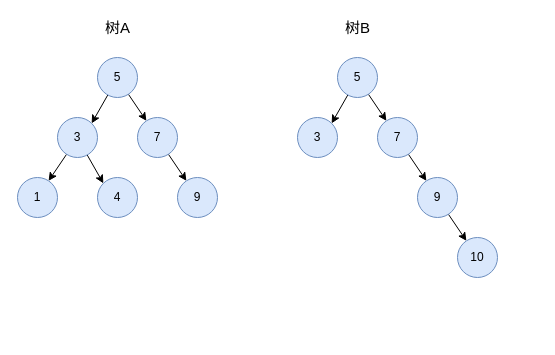
zero-97/picture-of-the-article keeps this draw.io diagram as MySQL 的 B+Tree/MySQL 的 B+Tree.drawio. Above is the earlier version. Source tidied: cells renumbered, new cells numbered last; positions are measured from the earlier drawing's top-left corner, leaving out a move shared by most shapes. Both pictures are drawn from the tidied source at 100%, with x=0, y=0 at pixel (17, 17).
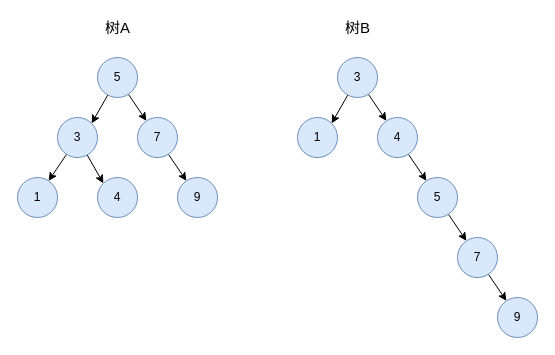
Above is the later version.

What changed in the source:
```diff
@@
-    <mxCell id="15" value="5" style="ellipse;whiteSpace=wrap;html=1;fillColor=#dae8fc;strokeColor=#6c8ebf;" parent="1" vertex="1">
+    <mxCell id="15" value="3" style="ellipse;whiteSpace=wrap;html=1;fillColor=#dae8fc;strokeColor=#6c8ebf;" parent="1" vertex="1">
       <mxGeometry x="320" y="40" width="40" height="40" as="geometry" />
     </mxCell>
-    <mxCell id="16" value="3" style="ellipse;whiteSpace=wrap;html=1;fillColor=#dae8fc;strokeColor=#6c8ebf;" parent="1" vertex="1">
+    <mxCell id="16" value="1" style="ellipse;whiteSpace=wrap;html=1;fillColor=#dae8fc;strokeColor=#6c8ebf;" parent="1" vertex="1">
       <mxGeometry x="280" y="100" width="40" height="40" as="geometry" />
     </mxCell>
@@
-    <mxCell id="18" value="7" style="ellipse;whiteSpace=wrap;html=1;fillColor=#dae8fc;strokeColor=#6c8ebf;" parent="1" vertex="1">
+    <mxCell id="18" value="4" style="ellipse;whiteSpace=wrap;html=1;fillColor=#dae8fc;strokeColor=#6c8ebf;" parent="1" vertex="1">
       <mxGeometry x="360" y="100" width="40" height="40" as="geometry" />
     </mxCell>
@@
-    <mxCell id="20" value="9" style="ellipse;whiteSpace=wrap;html=1;fillColor=#dae8fc;strokeColor=#6c8ebf;" parent="1" vertex="1">
+    <mxCell id="20" value="5" style="ellipse;whiteSpace=wrap;html=1;fillColor=#dae8fc;strokeColor=#6c8ebf;" parent="1" vertex="1">
       <mxGeometry x="400" y="160" width="40" height="40" as="geometry" />
     </mxCell>
+    <mxCell id="24" style="edgeStyle=none;rounded=0;jettySize=auto;html=1;fontSize=15;" parent="1" edge="1" source="21" target="25">
+      <mxGeometry relative="1" as="geometry" />
+    </mxCell>
-    <mxCell id="21" value="10" style="ellipse;whiteSpace=wrap;html=1;fillColor=#dae8fc;strokeColor=#6c8ebf;" parent="1" vertex="1">
+    <mxCell id="21" value="7" style="ellipse;whiteSpace=wrap;html=1;fillColor=#dae8fc;strokeColor=#6c8ebf;" parent="1" vertex="1">
       <mxGeometry x="440" y="220" width="40" height="40" as="geometry" />
     </mxCell>
@@
+    <mxCell id="25" value="9" style="ellipse;whiteSpace=wrap;html=1;fillColor=#dae8fc;strokeColor=#6c8ebf;" parent="1" vertex="1">
+      <mxGeometry x="480" y="280" width="40" height="40" as="geometry" />
+    </mxCell>
```
